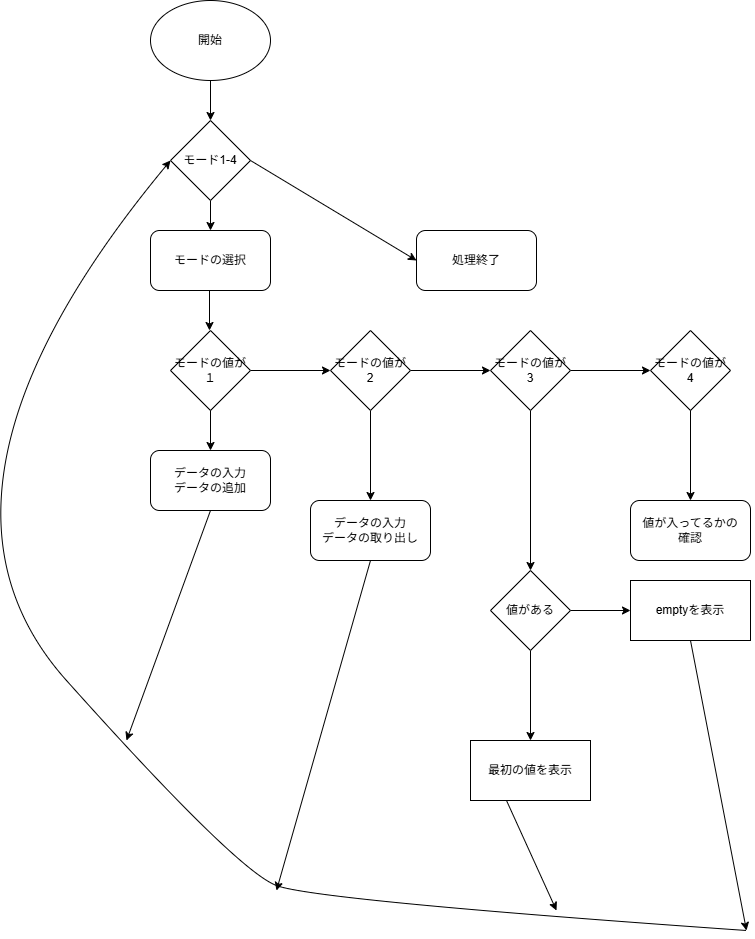
Earlier version of the draw.io export lesson03.png (user-1333/5-7). Source tidied: cells renumbered, new cells last; positions are measured from the earlier drawing's top-left corner, leaving out a move shared by most shapes.
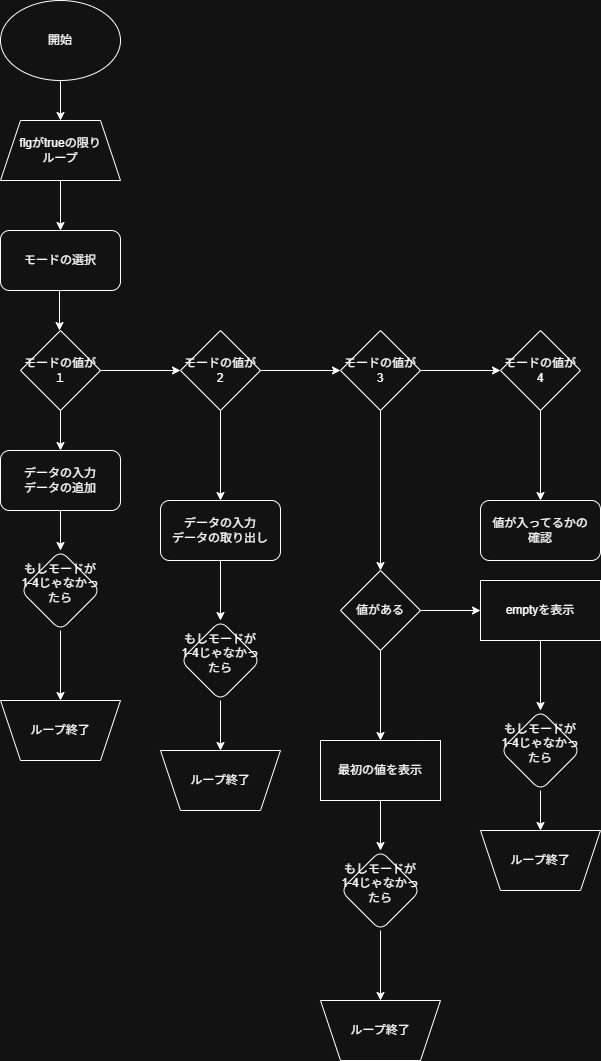
After the change.

What changed in the source:
```diff
@@ -31,6 +31,9 @@
         <mxPoint x="314" y="450" as="targetPoint" />
       </mxGeometry>
     </mxCell>
+    <mxCell id="34" style="edgeStyle=orthogonalEdgeStyle;rounded=0;jettySize=auto;html=1;" parent="1" edge="1" source="9" target="40">
+      <mxGeometry relative="1" as="geometry" />
+    </mxCell>
     <mxCell id="9" value="データの入力&lt;br&gt;データの追加" style="rounded=1;whiteSpace=wrap;html=1;" parent="1" vertex="1">
       <mxGeometry x="254" y="450" width="120" height="60" as="geometry" />
     </mxCell>
@@ -43,6 +46,9 @@
     <mxCell id="12" value="モードの値が2" style="rhombus;whiteSpace=wrap;html=1;" parent="1" vertex="1">
       <mxGeometry x="434" y="330" width="80" height="80" as="geometry" />
     </mxCell>
+    <mxCell id="35" style="edgeStyle=orthogonalEdgeStyle;rounded=0;jettySize=auto;html=1;" parent="1" edge="1" source="13" target="42">
+      <mxGeometry relative="1" as="geometry" />
+    </mxCell>
     <mxCell id="13" value="データの入力&lt;br&gt;データの取り出し" style="whiteSpace=wrap;html=1;rounded=1;" parent="1" vertex="1">
       <mxGeometry x="414" y="500" width="120" height="60" as="geometry" />
     </mxCell>
@@ -64,9 +70,6 @@
     <mxCell id="19" value="値が入ってるかの&lt;br&gt;確認" style="whiteSpace=wrap;html=1;rounded=1;" parent="1" vertex="1">
       <mxGeometry x="734" y="500" width="120" height="60" as="geometry" />
     </mxCell>
-    <mxCell id="20" value="処理終了" style="whiteSpace=wrap;html=1;rounded=1;" parent="1" vertex="1">
-      <mxGeometry x="520" y="230" width="120" height="60" as="geometry" />
-    </mxCell>
     <mxCell id="21" style="edgeStyle=orthogonalEdgeStyle;rounded=0;jettySize=auto;html=1;" parent="1" edge="1" source="23" target="24">
       <mxGeometry relative="1" as="geometry" />
     </mxCell>
@@ -76,51 +79,59 @@
     <mxCell id="23" value="値がある" style="rhombus;whiteSpace=wrap;html=1;" parent="1" vertex="1">
       <mxGeometry x="594" y="570" width="80" height="80" as="geometry" />
     </mxCell>
+    <mxCell id="36" style="edgeStyle=orthogonalEdgeStyle;rounded=0;jettySize=auto;html=1;" parent="1" edge="1" source="24" target="44">
+      <mxGeometry relative="1" as="geometry" />
+    </mxCell>
     <mxCell id="24" value="最初の値を表示" style="whiteSpace=wrap;html=1;" parent="1" vertex="1">
       <mxGeometry x="574" y="740" width="120" height="60" as="geometry" />
     </mxCell>
+    <mxCell id="37" style="edgeStyle=orthogonalEdgeStyle;rounded=0;jettySize=auto;html=1;" parent="1" edge="1" source="25" target="46">
+      <mxGeometry relative="1" as="geometry" />
+    </mxCell>
     <mxCell id="25" value="emptyを表示" style="whiteSpace=wrap;html=1;" parent="1" vertex="1">
       <mxGeometry x="734" y="580" width="120" height="60" as="geometry" />
     </mxCell>
-    <mxCell id="26" style="edgeStyle=orthogonalEdgeStyle;rounded=0;jettySize=auto;html=1;" parent="1" edge="1" source="27" target="4">
+    <mxCell id="26" style="edgeStyle=orthogonalEdgeStyle;rounded=0;jettySize=auto;html=1;exitX=0.5;exitY=1;exitDx=0;exitDy=0;" parent="1" edge="1" source="38" target="4">
       <mxGeometry relative="1" as="geometry" />
     </mxCell>
-    <mxCell id="27" value="モード1-4" style="rhombus;whiteSpace=wrap;html=1;" parent="1" vertex="1">
-      <mxGeometry x="274" y="120" width="80" height="80" as="geometry" />
-    </mxCell>
-    <mxCell id="28" style="curved=1;endArrow=classic;html=1;rounded=0;entryX=0;entryY=0.5;entryDx=0;entryDy=0;" parent="1" edge="1" target="27">
-      <mxGeometry relative="1" as="geometry">
-        <mxPoint x="850" y="930" as="sourcePoint" />
-        <Array as="points">
-          <mxPoint x="420" y="900" />
-          <mxPoint x="340" y="870" />
-          <mxPoint y="490" />
-        </Array>
-      </mxGeometry>
-    </mxCell>
-    <mxCell id="29" style="endArrow=classic;html=1;rounded=0;exitX=0.5;exitY=1;exitDx=0;exitDy=0;" parent="1" edge="1" source="9">
-      <mxGeometry relative="1" as="geometry">
-        <mxPoint x="230" y="740" as="targetPoint" />
-      </mxGeometry>
-    </mxCell>
-    <mxCell id="30" style="endArrow=classic;html=1;rounded=0;exitX=0.5;exitY=1;exitDx=0;exitDy=0;" parent="1" edge="1" source="13">
-      <mxGeometry relative="1" as="geometry">
-        <mxPoint x="380" y="890" as="targetPoint" />
-      </mxGeometry>
-    </mxCell>
-    <mxCell id="31" style="endArrow=classic;html=1;rounded=0;" parent="1" edge="1">
-      <mxGeometry relative="1" as="geometry">
-        <mxPoint x="610" y="800" as="sourcePoint" />
-        <mxPoint x="660" y="910" as="targetPoint" />
-      </mxGeometry>
-    </mxCell>
-    <mxCell id="32" style="endArrow=classic;html=1;rounded=0;exitX=0.5;exitY=1;exitDx=0;exitDy=0;" parent="1" edge="1" source="25">
-      <mxGeometry relative="1" as="geometry">
-        <mxPoint x="850" y="930" as="targetPoint" />
-      </mxGeometry>
-    </mxCell>
-    <mxCell id="33" style="endArrow=classic;html=1;rounded=0;exitX=1;exitY=0.5;exitDx=0;exitDy=0;entryX=0;entryY=0.5;entryDx=0;entryDy=0;" parent="1" edge="1" source="27" target="20">
-      <mxGeometry relative="1" as="geometry" />
-    </mxCell>
+    <mxCell id="38" value="flgがtrueの限り&lt;div&gt;ループ&lt;/div&gt;" style="shape=trapezoid;perimeter=trapezoidPerimeter;whiteSpace=wrap;html=1;fixedSize=1;direction=east;" parent="1" vertex="1">
+      <mxGeometry x="254" y="120" width="120" height="60" as="geometry" />
+    </mxCell>
+    <mxCell id="39" style="edgeStyle=orthogonalEdgeStyle;rounded=0;jettySize=auto;html=1;" parent="1" edge="1" source="40" target="47">
+      <mxGeometry relative="1" as="geometry" />
+    </mxCell>
+    <mxCell id="40" value="もしモードが1-4じゃなかったら&lt;div&gt;&lt;br&gt;&lt;/div&gt;" style="rhombus;whiteSpace=wrap;html=1;rounded=1;" parent="1" vertex="1">
+      <mxGeometry x="274" y="550" width="80" height="80" as="geometry" />
+    </mxCell>
+    <mxCell id="41" style="edgeStyle=orthogonalEdgeStyle;rounded=0;jettySize=auto;html=1;" parent="1" edge="1" source="42" target="48">
+      <mxGeometry relative="1" as="geometry" />
+    </mxCell>
+    <mxCell id="42" value="もしモードが1-4じゃなかったら&lt;div&gt;&lt;br&gt;&lt;/div&gt;" style="rhombus;whiteSpace=wrap;html=1;rounded=1;" parent="1" vertex="1">
+      <mxGeometry x="434" y="620" width="80" height="80" as="geometry" />
+    </mxCell>
+    <mxCell id="43" style="edgeStyle=orthogonalEdgeStyle;rounded=0;jettySize=auto;html=1;" parent="1" edge="1" source="44" target="49">
+      <mxGeometry relative="1" as="geometry" />
+    </mxCell>
+    <mxCell id="44" value="もしモードが1-4じゃなかったら&lt;div&gt;&lt;br&gt;&lt;/div&gt;" style="rhombus;whiteSpace=wrap;html=1;rounded=1;" parent="1" vertex="1">
+      <mxGeometry x="594" y="850" width="80" height="80" as="geometry" />
+    </mxCell>
+    <mxCell id="45" style="edgeStyle=orthogonalEdgeStyle;rounded=0;jettySize=auto;html=1;" parent="1" edge="1" source="46" target="50">
+      <mxGeometry relative="1" as="geometry" />
+    </mxCell>
+    <mxCell id="46" value="もしモードが1-4じゃなかったら&lt;div&gt;&lt;br&gt;&lt;/div&gt;" style="rhombus;whiteSpace=wrap;html=1;rounded=1;" parent="1" vertex="1">
+      <mxGeometry x="754" y="710" width="80" height="80" as="geometry" />
+    </mxCell>
+    <mxCell id="47" value="ループ終了" style="shape=trapezoid;perimeter=trapezoidPerimeter;whiteSpace=wrap;html=1;fixedSize=1;direction=west;" parent="1" vertex="1">
+      <mxGeometry x="254" y="700" width="120" height="60" as="geometry" />
+    </mxCell>
+    <mxCell id="48" value="ループ終了" style="shape=trapezoid;perimeter=trapezoidPerimeter;whiteSpace=wrap;html=1;fixedSize=1;direction=west;" parent="1" vertex="1">
+      <mxGeometry x="414" y="750" width="120" height="60" as="geometry" />
+    </mxCell>
+    <mxCell id="49" value="ループ終了" style="shape=trapezoid;perimeter=trapezoidPerimeter;whiteSpace=wrap;html=1;fixedSize=1;direction=west;" parent="1" vertex="1">
+      <mxGeometry x="574" y="1000" width="120" height="60" as="geometry" />
+    </mxCell>
+    <mxCell id="50" value="ループ終了" style="shape=trapezoid;perimeter=trapezoidPerimeter;whiteSpace=wrap;html=1;fixedSize=1;direction=west;" parent="1" vertex="1">
+      <mxGeometry x="734" y="830" width="120" height="60" as="geometry" />
+    </mxCell>
   </root>
 </mxGraphModel>
```
